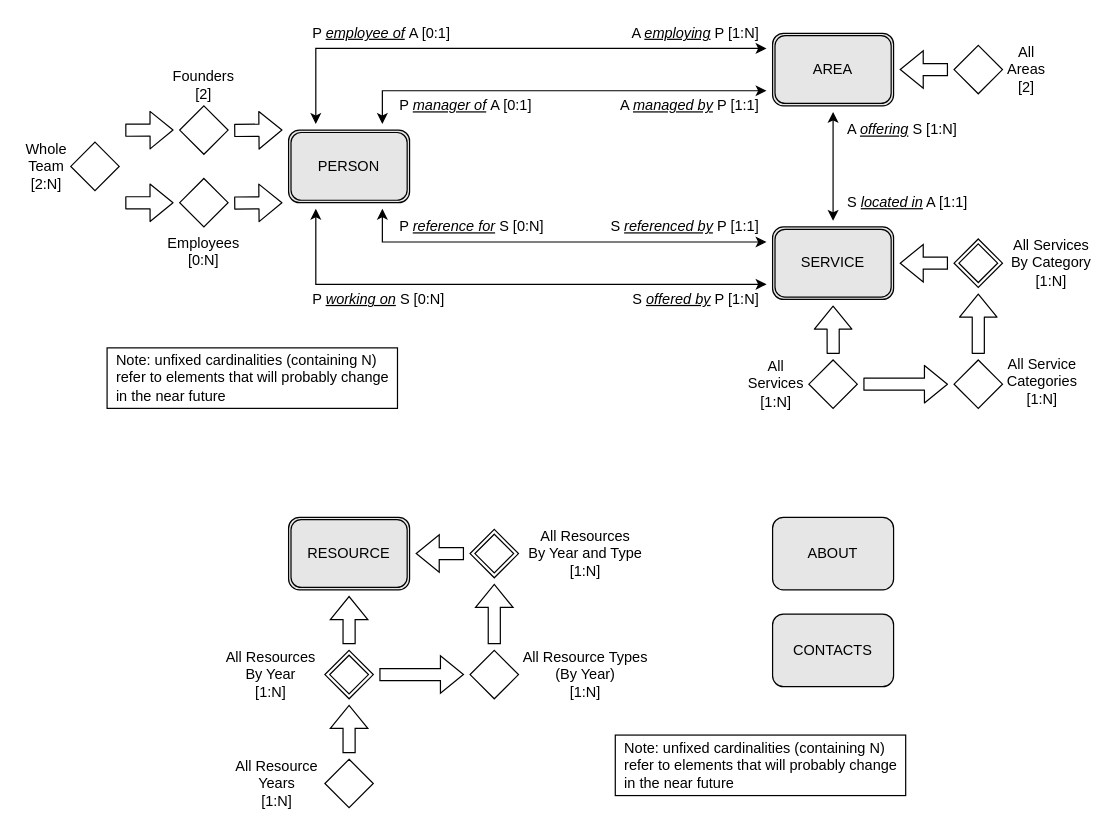
Earlier version of the draw.io diagram page "C-IDM Large" (1 of 3) of C-IDM + Mapping.drawio (lorenzofratus/secure-network-rebrand). Source tidied: cells renumbered, new cells numbered last; positions are measured from the earlier drawing's top-left corner, leaving out a move shared by most shapes. Both pictures are drawn from the tidied source at 121%, with x=0, y=0 at pixel (70, 21).
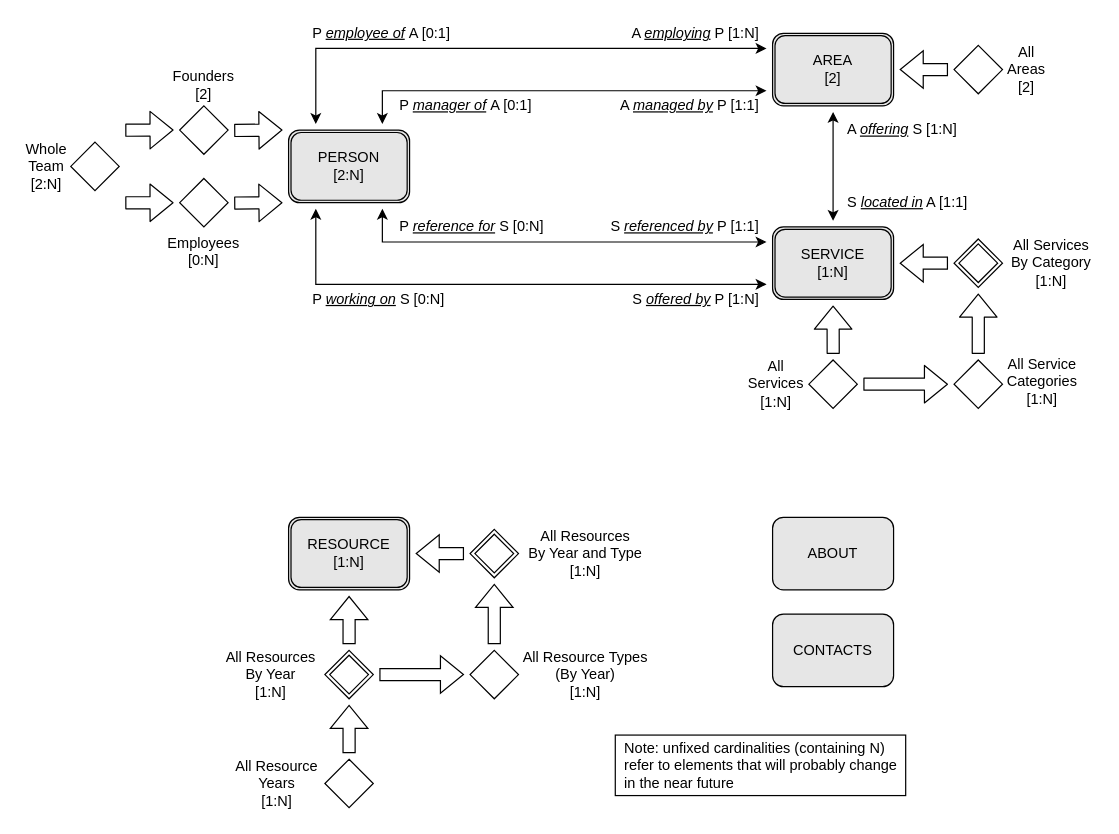
Above is the later version.

Commit message:
Merged changes in C-IDM diagrams

The change refers to these unchanged cells:
```xml
<mxCell id="7" style="group;" parent="1" vertex="1">
  <mxGeometry x="580" y="170" width="270" height="150" as="geometry" />
</mxCell>
<mxCell id="17" style="group;" parent="1" vertex="1">
  <mxGeometry y="70" width="280" height="100" as="geometry" />
</mxCell>
<mxCell id="26" style="group;" parent="1" vertex="1">
  <mxGeometry x="120" y="410" width="365" height="245" as="geometry" />
</mxCell>
```

What changed in the source:
```diff
@@
-    <mxCell id="8" value="SERVICE" style="shape=ext;rounded=1;html=1;whiteSpace=wrap;double=1;fillColor=#E6E6E6;perimeterSpacing=5;" parent="7" vertex="1">
+    <mxCell id="8" value="SERVICE&lt;br&gt;[1:N]" style="shape=ext;rounded=1;html=1;whiteSpace=wrap;double=1;fillColor=#E6E6E6;perimeterSpacing=5;" parent="7" vertex="1">
       <mxGeometry width="100" height="60" as="geometry" />
     </mxCell>
@@
-    <mxCell id="18" value="PERSON" style="shape=ext;rounded=1;html=1;whiteSpace=wrap;double=1;fillColor=#E6E6E6;perimeterSpacing=5;" parent="17" vertex="1">
+    <mxCell id="18" value="PERSON&lt;br&gt;[2:N]" style="shape=ext;rounded=1;html=1;whiteSpace=wrap;double=1;fillColor=#E6E6E6;perimeterSpacing=5;" parent="17" vertex="1">
       <mxGeometry x="180" y="20" width="100" height="60" as="geometry" />
     </mxCell>
@@
-    <mxCell id="27" value="RESOURCE" style="shape=ext;rounded=1;html=1;whiteSpace=wrap;double=1;fillColor=#E6E6E6;perimeterSpacing=5;" parent="26" vertex="1">
+    <mxCell id="27" value="RESOURCE&lt;br&gt;[1:N]" style="shape=ext;rounded=1;html=1;whiteSpace=wrap;double=1;fillColor=#E6E6E6;perimeterSpacing=5;" parent="26" vertex="1">
       <mxGeometry x="60" width="100" height="60" as="geometry" />
     </mxCell>
@@
-    <mxCell id="45" value="AREA" style="shape=ext;rounded=1;html=1;whiteSpace=wrap;double=1;fillColor=#E6E6E6;perimeterSpacing=5;" parent="1" vertex="1">
+    <mxCell id="45" value="AREA&lt;br&gt;[2]" style="shape=ext;rounded=1;html=1;whiteSpace=wrap;double=1;fillColor=#E6E6E6;perimeterSpacing=5;" parent="1" vertex="1">
       <mxGeometry x="580" y="10" width="100" height="60" as="geometry" />
     </mxCell>
@@
-    <mxCell id="50" value="&lt;div style=&quot;text-align: left&quot;&gt;&lt;span&gt;Note: unfixed cardinalities (containing N)&lt;/span&gt;&lt;/div&gt;&lt;div style=&quot;text-align: left&quot;&gt;&lt;span&gt;refer to elements that will probably change&lt;/span&gt;&lt;/div&gt;&lt;div style=&quot;text-align: left&quot;&gt;&lt;span&gt;in the near future&lt;/span&gt;&lt;/div&gt;" style="text;html=1;align=center;verticalAlign=middle;strokeColor=#000000;" parent="1" vertex="1">
-      <mxGeometry x="30" y="270" width="240" height="50" as="geometry" />
-    </mxCell>
```
